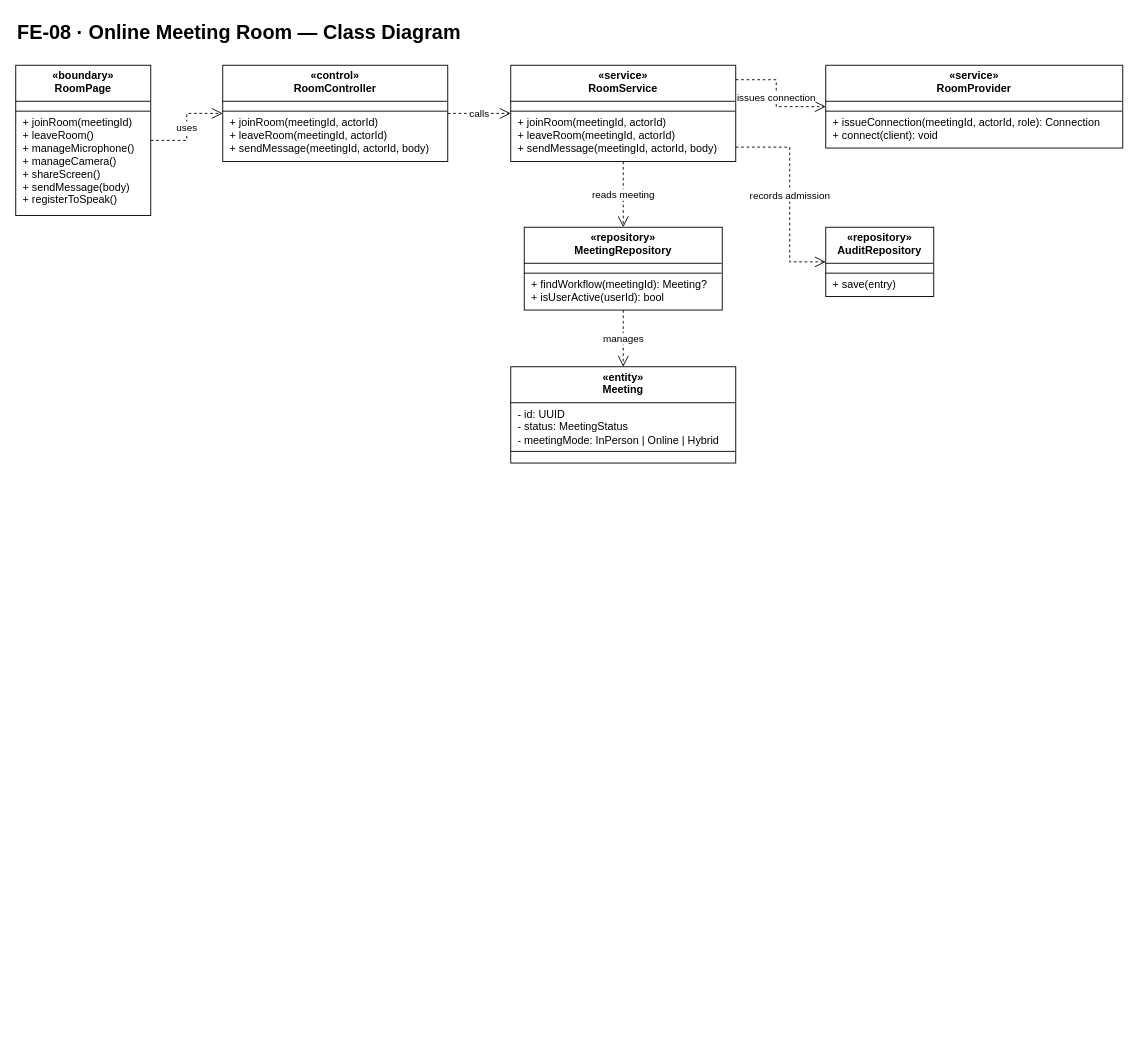
The draw.io diagram docs/07-classdiagram/feature-08-online-meeting-room-class-diagram.drawio in callmehai/FU-FA26-G116, before the edit. Source tidied: cells renumbered, new cells numbered last; positions are measured from the earlier drawing's top-left corner, leaving out a move shared by most shapes. Both pictures are drawn from the tidied source at 90%, with x=0, y=0 at pixel (15, 15).
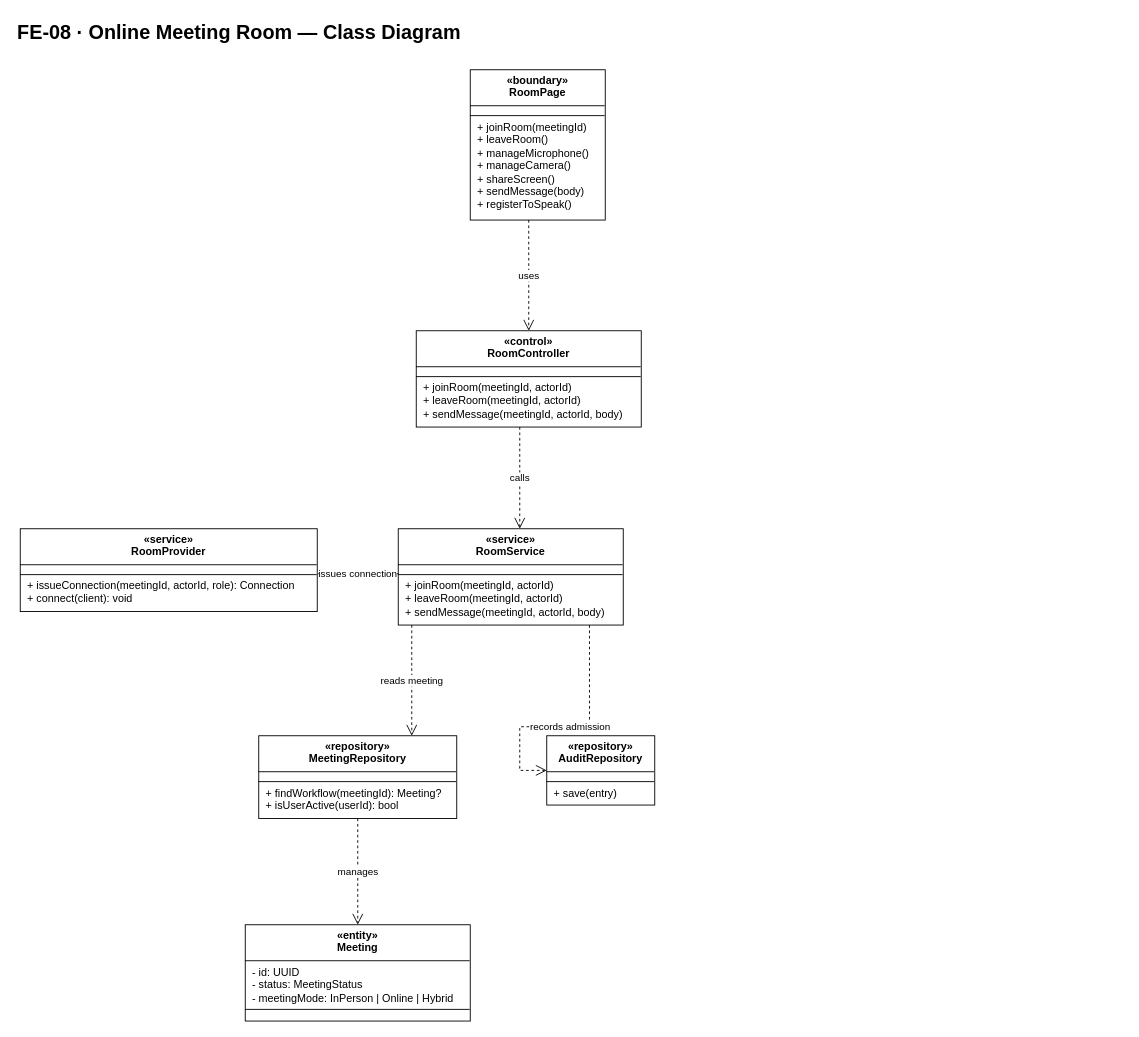
The same page after the edit.

What changed in the source:
```diff
@@
     <mxCell id="3" value="&lt;div style=&quot;text-align:center;font-weight:bold;padding:5px 4px 4px 4px;height:31px;&quot;&gt;«boundary»&lt;br&gt;RoomPage&lt;/div&gt;&lt;hr style=&quot;margin:0;border:none;border-top:1px solid #000000;height:0;&quot;&gt;&lt;div style=&quot;text-align:left;padding:5px 8px 5px 8px;white-space:nowrap;&quot;&gt;&lt;/div&gt;&lt;hr style=&quot;margin:0;border:none;border-top:1px solid #000000;height:0;&quot;&gt;&lt;div style=&quot;text-align:left;padding:5px 8px 5px 8px;white-space:nowrap;&quot;&gt;+ joinRoom(meetingId)&lt;br&gt;+ leaveRoom()&lt;br&gt;+ manageMicrophone()&lt;br&gt;+ manageCamera()&lt;br&gt;+ shareScreen()&lt;br&gt;+ sendMessage(body)&lt;br&gt;+ registerToSpeak()&lt;/div&gt;" style="rounded=0;whiteSpace=wrap;html=1;align=left;verticalAlign=top;spacing=0;overflow=fill;fillColor=#ffffff;strokeColor=#000000;fontSize=12;fontFamily=Helvetica;fontColor=#000000;" parent="1" vertex="1">
-      <mxGeometry y="55" width="150" height="167" as="geometry" />
+      <mxGeometry x="505" y="60" width="150" height="167" as="geometry" />
     </mxCell>
     <mxCell id="4" value="&lt;div style=&quot;text-align:center;font-weight:bold;padding:5px 4px 4px 4px;height:31px;&quot;&gt;«control»&lt;br&gt;RoomController&lt;/div&gt;&lt;hr style=&quot;margin:0;border:none;border-top:1px solid #000000;height:0;&quot;&gt;&lt;div style=&quot;text-align:left;padding:5px 8px 5px 8px;white-space:nowrap;&quot;&gt;&lt;/div&gt;&lt;hr style=&quot;margin:0;border:none;border-top:1px solid #000000;height:0;&quot;&gt;&lt;div style=&quot;text-align:left;padding:5px 8px 5px 8px;white-space:nowrap;&quot;&gt;+ joinRoom(meetingId, actorId)&lt;br&gt;+ leaveRoom(meetingId, actorId)&lt;br&gt;+ sendMessage(meetingId, actorId, body)&lt;/div&gt;" style="rounded=0;whiteSpace=wrap;html=1;align=left;verticalAlign=top;spacing=0;overflow=fill;fillColor=#ffffff;strokeColor=#000000;fontSize=12;fontFamily=Helvetica;fontColor=#000000;" parent="1" vertex="1">
-      <mxGeometry x="230" y="55" width="250" height="107" as="geometry" />
+      <mxGeometry x="445" y="350" width="250" height="107" as="geometry" />
     </mxCell>
     <mxCell id="5" value="&lt;div style=&quot;text-align:center;font-weight:bold;padding:5px 4px 4px 4px;height:31px;&quot;&gt;«service»&lt;br&gt;RoomService&lt;/div&gt;&lt;hr style=&quot;margin:0;border:none;border-top:1px solid #000000;height:0;&quot;&gt;&lt;div style=&quot;text-align:left;padding:5px 8px 5px 8px;white-space:nowrap;&quot;&gt;&lt;/div&gt;&lt;hr style=&quot;margin:0;border:none;border-top:1px solid #000000;height:0;&quot;&gt;&lt;div style=&quot;text-align:left;padding:5px 8px 5px 8px;white-space:nowrap;&quot;&gt;+ joinRoom(meetingId, actorId)&lt;br&gt;+ leaveRoom(meetingId, actorId)&lt;br&gt;+ sendMessage(meetingId, actorId, body)&lt;/div&gt;" style="rounded=0;whiteSpace=wrap;html=1;align=left;verticalAlign=top;spacing=0;overflow=fill;fillColor=#ffffff;strokeColor=#000000;fontSize=12;fontFamily=Helvetica;fontColor=#000000;" parent="1" vertex="1">
-      <mxGeometry x="550" y="55" width="250" height="107" as="geometry" />
+      <mxGeometry x="425" y="570" width="250" height="107" as="geometry" />
     </mxCell>
     <mxCell id="6" value="&lt;div style=&quot;text-align:center;font-weight:bold;padding:5px 4px 4px 4px;height:31px;&quot;&gt;«service»&lt;br&gt;RoomProvider&lt;/div&gt;&lt;hr style=&quot;margin:0;border:none;border-top:1px solid #000000;height:0;&quot;&gt;&lt;div style=&quot;text-align:left;padding:5px 8px 5px 8px;white-space:nowrap;&quot;&gt;&lt;/div&gt;&lt;hr style=&quot;margin:0;border:none;border-top:1px solid #000000;height:0;&quot;&gt;&lt;div style=&quot;text-align:left;padding:5px 8px 5px 8px;white-space:nowrap;&quot;&gt;+ issueConnection(meetingId, actorId, role): Connection&lt;br&gt;+ connect(client): void&lt;/div&gt;" style="rounded=0;whiteSpace=wrap;html=1;align=left;verticalAlign=top;spacing=0;overflow=fill;fillColor=#ffffff;strokeColor=#000000;fontSize=12;fontFamily=Helvetica;fontColor=#000000;" parent="1" vertex="1">
-      <mxGeometry x="900" y="55" width="330" height="92" as="geometry" />
+      <mxGeometry x="5" y="570" width="330" height="92" as="geometry" />
     </mxCell>
     <mxCell id="7" value="&lt;div style=&quot;text-align:center;font-weight:bold;padding:5px 4px 4px 4px;height:31px;&quot;&gt;«repository»&lt;br&gt;MeetingRepository&lt;/div&gt;&lt;hr style=&quot;margin:0;border:none;border-top:1px solid #000000;height:0;&quot;&gt;&lt;div style=&quot;text-align:left;padding:5px 8px 5px 8px;white-space:nowrap;&quot;&gt;&lt;/div&gt;&lt;hr style=&quot;margin:0;border:none;border-top:1px solid #000000;height:0;&quot;&gt;&lt;div style=&quot;text-align:left;padding:5px 8px 5px 8px;white-space:nowrap;&quot;&gt;+ findWorkflow(meetingId): Meeting?&lt;br&gt;+ isUserActive(userId): bool&lt;/div&gt;" style="rounded=0;whiteSpace=wrap;html=1;align=left;verticalAlign=top;spacing=0;overflow=fill;fillColor=#ffffff;strokeColor=#000000;fontSize=12;fontFamily=Helvetica;fontColor=#000000;" parent="1" vertex="1">
-      <mxGeometry x="565" y="235" width="220" height="92" as="geometry" />
+      <mxGeometry x="270" y="800" width="220" height="92" as="geometry" />
     </mxCell>
     <mxCell id="8" value="&lt;div style=&quot;text-align:center;font-weight:bold;padding:5px 4px 4px 4px;height:31px;&quot;&gt;«repository»&lt;br&gt;AuditRepository&lt;/div&gt;&lt;hr style=&quot;margin:0;border:none;border-top:1px solid #000000;height:0;&quot;&gt;&lt;div style=&quot;text-align:left;padding:5px 8px 5px 8px;white-space:nowrap;&quot;&gt;&lt;/div&gt;&lt;hr style=&quot;margin:0;border:none;border-top:1px solid #000000;height:0;&quot;&gt;&lt;div style=&quot;text-align:left;padding:5px 8px 5px 8px;white-space:nowrap;&quot;&gt;+ save(entry)&lt;/div&gt;" style="rounded=0;whiteSpace=wrap;html=1;align=left;verticalAlign=top;spacing=0;overflow=fill;fillColor=#ffffff;strokeColor=#000000;fontSize=12;fontFamily=Helvetica;fontColor=#000000;" parent="1" vertex="1">
-      <mxGeometry x="900" y="235" width="120" height="77" as="geometry" />
+      <mxGeometry x="590" y="800" width="120" height="77" as="geometry" />
     </mxCell>
     <mxCell id="9" value="&lt;div style=&quot;text-align:center;font-weight:bold;padding:5px 4px 4px 4px;height:31px;&quot;&gt;«entity»&lt;br&gt;Meeting&lt;/div&gt;&lt;hr style=&quot;margin:0;border:none;border-top:1px solid #000000;height:0;&quot;&gt;&lt;div style=&quot;text-align:left;padding:5px 8px 5px 8px;white-space:nowrap;&quot;&gt;- id: UUID&lt;br&gt;- status: MeetingStatus&lt;br&gt;- meetingMode: InPerson | Online | Hybrid&lt;/div&gt;&lt;hr style=&quot;margin:0;border:none;border-top:1px solid #000000;height:0;&quot;&gt;&lt;div style=&quot;text-align:left;padding:5px 8px 5px 8px;white-space:nowrap;&quot;&gt;&lt;/div&gt;" style="rounded=0;whiteSpace=wrap;html=1;align=left;verticalAlign=top;spacing=0;overflow=fill;fillColor=#ffffff;strokeColor=#000000;fontSize=12;fontFamily=Helvetica;fontColor=#000000;" parent="1" vertex="1">
-      <mxGeometry x="550" y="390" width="250" height="107" as="geometry" />
+      <mxGeometry x="255" y="1010" width="250" height="107" as="geometry" />
     </mxCell>
-    <mxCell id="10" value="uses" style="edgeStyle=orthogonalEdgeStyle;jettySize=auto;html=1;dashed=1;endArrow=open;labelBackgroundColor=#ffffff;rounded=0;endSize=10;fontSize=11;fontFamily=Helvetica;exitDx=0;exitDy=0;entryDx=0;entryDy=0;exitX=1;exitY=0.5;entryX=0;entryY=0.5;" parent="1" edge="1" source="3" target="4">
-      <mxGeometry relative="1" as="geometry">
-        <Array as="points">
-          <mxPoint x="190" y="138.5" />
-          <mxPoint x="190" y="108.5" />
-        </Array>
-      </mxGeometry>
+    <mxCell id="10" value="uses" style="edgeStyle=orthogonalEdgeStyle;jettySize=auto;html=1;dashed=1;endArrow=open;labelBackgroundColor=#ffffff;rounded=0;endSize=10;fontSize=11;fontFamily=Helvetica;exitX=0.433333;exitY=1;exitDx=0;exitDy=0;entryX=0.5;entryY=0;entryDx=0;entryDy=0;" parent="1" edge="1" source="3" target="4">
+      <mxGeometry relative="1" as="geometry" />
     </mxCell>
-    <mxCell id="11" value="calls" style="edgeStyle=orthogonalEdgeStyle;jettySize=auto;html=1;dashed=1;endArrow=open;labelBackgroundColor=#ffffff;rounded=0;endSize=10;fontSize=11;fontFamily=Helvetica;exitDx=0;exitDy=0;entryDx=0;entryDy=0;exitX=1;exitY=0.5;entryX=0;entryY=0.5;" parent="1" edge="1" source="4" target="5">
+    <mxCell id="11" value="calls" style="edgeStyle=orthogonalEdgeStyle;jettySize=auto;html=1;dashed=1;endArrow=open;labelBackgroundColor=#ffffff;rounded=0;endSize=10;fontSize=11;fontFamily=Helvetica;exitX=0.46;exitY=1;exitDx=0;exitDy=0;entryX=0.54;entryY=0;entryDx=0;entryDy=0;" parent="1" edge="1" source="4" target="5">
       <mxGeometry relative="1" as="geometry" />
     </mxCell>
-    <mxCell id="12" value="reads meeting" style="edgeStyle=orthogonalEdgeStyle;jettySize=auto;html=1;dashed=1;endArrow=open;labelBackgroundColor=#ffffff;rounded=0;endSize=10;fontSize=11;fontFamily=Helvetica;exitDx=0;exitDy=0;entryDx=0;entryDy=0;exitX=0.5;exitY=1;entryX=0.5;entryY=0;" parent="1" edge="1" source="5" target="7">
+    <mxCell id="12" value="reads meeting" style="edgeStyle=orthogonalEdgeStyle;jettySize=auto;html=1;dashed=1;endArrow=open;labelBackgroundColor=#ffffff;rounded=0;endSize=10;fontSize=11;fontFamily=Helvetica;exitX=0.06;exitY=1;exitDx=0;exitDy=0;entryX=0.772727;entryY=0;entryDx=0;entryDy=0;" parent="1" edge="1" source="5" target="7">
       <mxGeometry relative="1" as="geometry" />
     </mxCell>
-    <mxCell id="13" value="records admission" style="edgeStyle=orthogonalEdgeStyle;jettySize=auto;html=1;dashed=1;endArrow=open;labelBackgroundColor=#ffffff;rounded=0;endSize=10;fontSize=11;fontFamily=Helvetica;exitDx=0;exitDy=0;entryDx=0;entryDy=0;exitX=1;exitY=0.85;entryX=0;entryY=0.5;" parent="1" edge="1" source="5" target="8">
+    <mxCell id="13" value="records admission" style="edgeStyle=orthogonalEdgeStyle;jettySize=auto;html=1;dashed=1;endArrow=open;labelBackgroundColor=#ffffff;rounded=0;endSize=10;fontSize=11;fontFamily=Helvetica;exitX=0.85;exitY=1;exitDx=0;exitDy=0;entryX=0;entryY=0.5;entryDx=0;entryDy=0;" parent="1" edge="1" source="5" target="8">
       <mxGeometry relative="1" as="geometry">
         <Array as="points">
-          <mxPoint x="860" y="146" />
-          <mxPoint x="860" y="273.5" />
+          <mxPoint x="637.5" y="790" />
+          <mxPoint x="560" y="790" />
+          <mxPoint x="560" y="838.5" />
         </Array>
       </mxGeometry>
     </mxCell>
-    <mxCell id="14" value="issues connection" style="edgeStyle=orthogonalEdgeStyle;jettySize=auto;html=1;dashed=1;endArrow=open;labelBackgroundColor=#ffffff;rounded=0;endSize=10;fontSize=11;fontFamily=Helvetica;exitDx=0;exitDy=0;entryDx=0;entryDy=0;exitX=1;exitY=0.15;entryX=0;entryY=0.5;" parent="1" edge="1" source="5" target="6">
-      <mxGeometry relative="1" as="geometry">
-        <Array as="points">
-          <mxPoint x="845" y="71" />
-          <mxPoint x="845" y="101" />
-        </Array>
-      </mxGeometry>
+    <mxCell id="14" value="issues connection" style="edgeStyle=orthogonalEdgeStyle;jettySize=auto;html=1;dashed=1;endArrow=open;labelBackgroundColor=#ffffff;rounded=0;endSize=10;fontSize=11;fontFamily=Helvetica;exitX=0;exitY=0.46729;exitDx=0;exitDy=0;entryX=1;entryY=0.543478;entryDx=0;entryDy=0;" parent="1" edge="1" source="5" target="6">
+      <mxGeometry relative="1" as="geometry" />
     </mxCell>
-    <mxCell id="15" value="manages" style="edgeStyle=orthogonalEdgeStyle;jettySize=auto;html=1;dashed=1;endArrow=open;labelBackgroundColor=#ffffff;rounded=0;endSize=10;fontSize=11;fontFamily=Helvetica;exitDx=0;exitDy=0;entryDx=0;entryDy=0;exitX=0.5;exitY=1;entryX=0.5;entryY=0;" parent="1" edge="1" source="7" target="9">
+    <mxCell id="15" value="manages" style="edgeStyle=orthogonalEdgeStyle;jettySize=auto;html=1;dashed=1;endArrow=open;labelBackgroundColor=#ffffff;rounded=0;endSize=10;fontSize=11;fontFamily=Helvetica;exitX=0.5;exitY=1;exitDx=0;exitDy=0;entryX=0.5;entryY=0;entryDx=0;entryDy=0;" parent="1" edge="1" source="7" target="9">
       <mxGeometry relative="1" as="geometry" />
     </mxCell>
```
